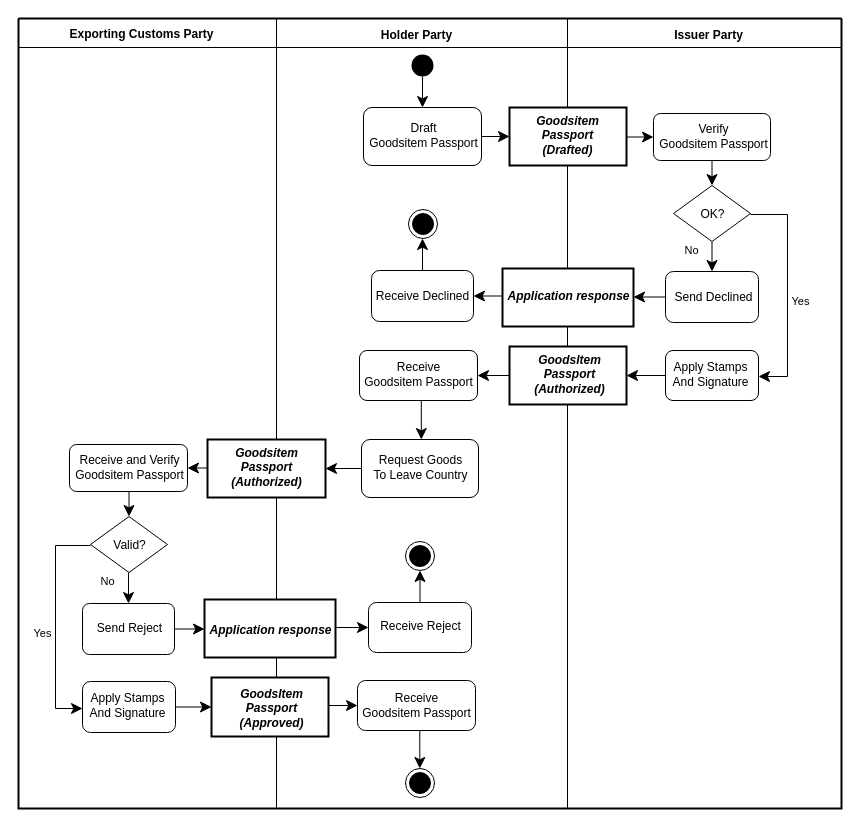
This is diagrams/UBL-2.3-GoodsItemPassportApprovalProcess/UBL-2.3-GoodsItemPassportApprovalProcess.drawio from kduvekot/ubl-work-on-svg-images, a draw.io file, before an edit. Source tidied: cells renumbered, new cells numbered last; positions are measured from the earlier drawing's top-left corner, leaving out a move shared by most shapes. Both pictures are drawn from the tidied source at 100%, with x=0, y=0 at pixel (18, 18).
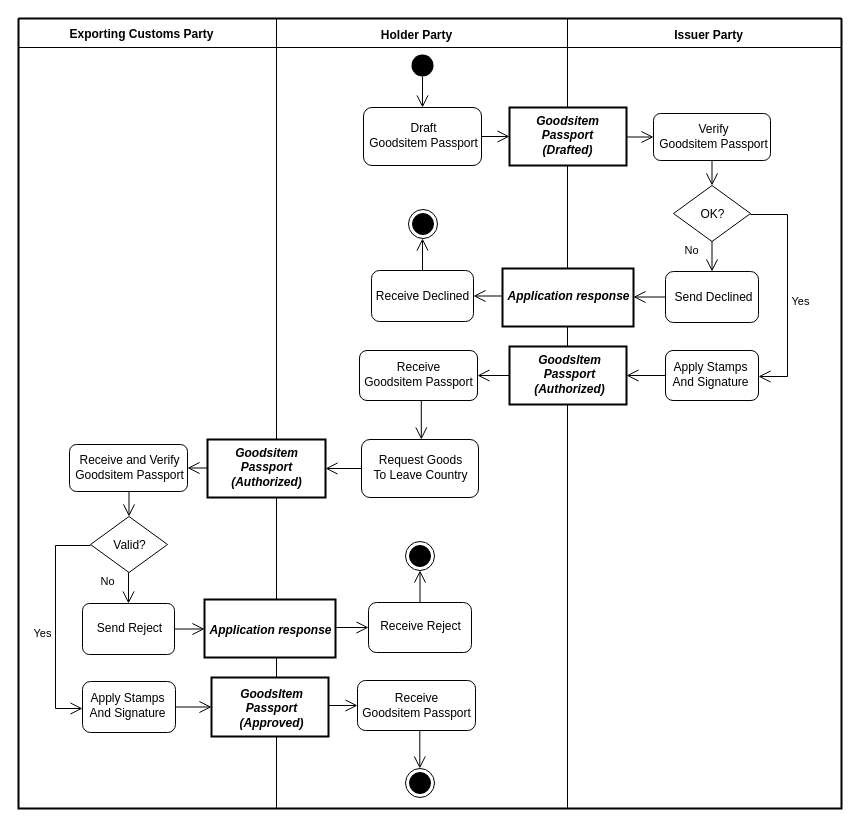
Above is the later version.

Unchanged cells that the change refers to:
```xml
<mxCell id="2" style="swimlane;html=1;startSize=0;whiteSpace=wrap;fillColor=none;strokeWidth=2;" parent="1" vertex="1">
<mxCell id="3" value="Exporting Customs Party" style="swimlane;horizontal=1;startSize=29;swimlaneLine=1;spacingTop=3;html=1;fillColor=none;fontStyle=1;spacing=0;spacingRight=12;" parent="2" vertex="1">
<mxCell id="4" value="Holder Party" style="swimlane;horizontal=1;startSize=29;swimlaneLine=1;spacingTop=4;html=1;fillColor=none;fontStyle=1;spacing=0;spacingRight=12;" parent="2" vertex="1">
<mxCell id="5" value="Issuer Party" style="swimlane;horizontal=1;startSize=29;swimlaneLine=1;spacingTop=4;html=1;fillColor=none;fontStyle=1;spacing=0;spacingLeft=8;" parent="2" vertex="1">
<mxCell id="6" style="ellipse;shape=startState;fillColor=#000000;strokeColor=none;html=1;" parent="4" vertex="1">
<mxCell id="7" value="Draft&lt;br&gt;Goodsitem Passport" style="rounded=1;absoluteArcSize=1;arcSize=17;html=1;whiteSpace=nowrap;fontStyle=0;align=center;verticalAlign=middle;spacing=0;spacingLeft=1;spacingBottom=2;" parent="4" vertex="1">
<mxCell id="8" value="Goodsitem&lt;br&gt;Passport&lt;br&gt;(Drafted)" style="rounded=0;html=1;whiteSpace=nowrap;fontStyle=3;align=center;verticalAlign=middle;spacing=0;spacingRight=1;spacingBottom=2;strokeWidth=2;" parent="5" vertex="1">
<mxCell id="9" value="Verify&lt;br&gt;Goodsitem Passport" style="rounded=1;absoluteArcSize=1;arcSize=14;html=1;whiteSpace=nowrap;fontStyle=0;align=center;verticalAlign=middle;spacing=0;spacingLeft=2;spacingBottom=2;" parent="5" vertex="1">
<mxCell id="10" value="OK?" style="rhombus;html=1;whiteSpace=nowrap;fontStyle=0;align=center;verticalAlign=middle;spacing=0;spacingLeft=1;spacingTop=1;" parent="5" vertex="1">
<mxCell id="11" style="ellipse;shape=endState;fillColor=#000000;html=1;" parent="4" vertex="1">
<mxCell id="12" value="Application response" style="rounded=0;html=1;whiteSpace=nowrap;fontStyle=3;align=center;verticalAlign=middle;spacing=0;spacingBottom=2;strokeWidth=2;" parent="5" vertex="1">
<mxCell id="13" value="Receive Declined" style="rounded=1;absoluteArcSize=1;arcSize=16;html=1;whiteSpace=nowrap;fontStyle=0;align=center;verticalAlign=middle;spacing=0;" parent="4" vertex="1">
<mxCell id="14" value="Send Declined" style="rounded=1;absoluteArcSize=1;arcSize=16;html=1;whiteSpace=nowrap;fontStyle=0;align=center;verticalAlign=middle;spacing=0;spacingLeft=2;" parent="5" vertex="1">
<mxCell id="15" value="GoodsItem&lt;br&gt;Passport&lt;br&gt;(Authorized)" style="rounded=0;html=1;whiteSpace=nowrap;fontStyle=3;align=center;verticalAlign=middle;spacing=0;spacingLeft=2;spacingBottom=2;strokeWidth=2;" parent="5" vertex="1">
<mxCell id="16" value="Receive&lt;br&gt;Goodsitem Passport" style="rounded=1;absoluteArcSize=1;arcSize=15;html=1;whiteSpace=nowrap;fontStyle=0;align=center;verticalAlign=middle;spacing=0;spacingRight=1;spacingBottom=2;" parent="4" vertex="1">
<mxCell id="17" value="Apply Stamps&lt;br&gt;And Signature" style="rounded=1;absoluteArcSize=1;arcSize=15;html=1;whiteSpace=nowrap;fontStyle=0;align=center;verticalAlign=middle;spacing=0;spacingRight=4;spacingBottom=2;" parent="5" vertex="1">
<mxCell id="18" value="Goodsitem&lt;br&gt;Passport&lt;br&gt;(Authorized)" style="rounded=0;html=1;whiteSpace=nowrap;fontStyle=3;align=center;verticalAlign=middle;spacing=0;spacingRight=1;spacingBottom=2;strokeWidth=2;" parent="4" vertex="1">
<mxCell id="19" value="Request Goods&lt;br&gt;To Leave Country" style="rounded=1;absoluteArcSize=1;arcSize=17;html=1;whiteSpace=nowrap;fontStyle=0;align=center;verticalAlign=middle;spacing=0;spacingBottom=2;" parent="4" vertex="1">
<mxCell id="20" value="Receive and Verify&lt;br&gt;Goodsitem Passport" style="rounded=1;absoluteArcSize=1;arcSize=14;html=1;whiteSpace=nowrap;fontStyle=0;align=center;verticalAlign=middle;spacing=0;spacingLeft=2;spacingBottom=2;" parent="3" vertex="1">
<mxCell id="21" value="Valid?" style="rhombus;html=1;whiteSpace=nowrap;fontStyle=0;align=center;verticalAlign=middle;spacing=0;spacingTop=2;" parent="3" vertex="1">
<mxCell id="22" style="ellipse;shape=endState;fillColor=#000000;html=1;" parent="4" vertex="1">
<mxCell id="23" value="Application response" style="rounded=0;html=1;whiteSpace=nowrap;fontStyle=3;align=center;verticalAlign=middle;spacing=0;spacingTop=3;strokeWidth=2;" parent="4" vertex="1">
<mxCell id="24" value="Send Reject" style="rounded=1;absoluteArcSize=1;arcSize=14;html=1;whiteSpace=nowrap;fontStyle=0;align=center;verticalAlign=middle;spacing=0;spacingLeft=2;spacingBottom=1;" parent="3" vertex="1">
<mxCell id="25" value="Receive Reject" style="rounded=1;absoluteArcSize=1;arcSize=16;html=1;whiteSpace=nowrap;fontStyle=0;align=center;verticalAlign=middle;spacing=0;spacingLeft=1;spacingBottom=2;" parent="4" vertex="1">
<mxCell id="26" value="GoodsItem&lt;br&gt;Passport&lt;br&gt;(Approved)" style="rounded=0;html=1;whiteSpace=nowrap;fontStyle=3;align=center;verticalAlign=middle;spacing=0;spacingLeft=2;spacingTop=2;strokeWidth=2;" parent="4" vertex="1">
<mxCell id="27" value="Apply Stamps&lt;br&gt;And Signature" style="rounded=1;absoluteArcSize=1;arcSize=16;html=1;whiteSpace=nowrap;fontStyle=0;align=center;verticalAlign=middle;spacing=0;spacingRight=3;spacingBottom=4;" parent="3" vertex="1">
<mxCell id="28" value="Receive&lt;br&gt;Goodsitem Passport" style="rounded=1;absoluteArcSize=1;arcSize=16;html=1;whiteSpace=nowrap;fontStyle=0;align=center;verticalAlign=middle;spacing=0;spacingRight=1;" parent="4" vertex="1">
<mxCell id="29" style="ellipse;shape=endState;fillColor=#000000;html=1;" parent="4" vertex="1">
```

What changed in the source:
```diff
@@
-    <mxCell id="30" style="edgeStyle=none;rounded=0;html=1;endArrow=classic;endFill=1;endSize=9;exitX=0.5;exitY=0.8675;exitPerimeter=0;entryX=0.5;entryY=0;entryPerimeter=0;" parent="4" edge="1" source="6" target="7">
+    <mxCell id="30" style="edgeStyle=none;rounded=0;html=1;endArrow=open;endFill=0;endSize=10;exitX=0.5;exitY=0.8675;exitPerimeter=0;entryX=0.5;entryY=0;entryPerimeter=0;" parent="4" edge="1" source="6" target="7">
       <mxGeometry relative="1" as="geometry" />
     </mxCell>
-    <mxCell id="31" style="edgeStyle=none;rounded=0;html=1;endArrow=classic;endFill=1;endSize=9;exitX=1;exitY=0.5;exitPerimeter=0;entryX=0;entryY=0.5;entryPerimeter=0;" parent="2" edge="1" source="7" target="8">
+    <mxCell id="31" style="edgeStyle=none;rounded=0;html=1;endArrow=open;endFill=0;endSize=10;exitX=1;exitY=0.5;exitPerimeter=0;entryX=0;entryY=0.5;entryPerimeter=0;" parent="2" edge="1" source="7" target="8">
       <mxGeometry relative="1" as="geometry" />
     </mxCell>
-    <mxCell id="32" style="edgeStyle=none;rounded=0;html=1;endArrow=classic;endFill=1;endSize=9;exitPerimeter=0;entryX=0;entryY=0.5;entryPerimeter=0;exitX=1;exitY=0.508621;" parent="5" edge="1" source="8" target="9">
+    <mxCell id="32" style="edgeStyle=none;rounded=0;html=1;endArrow=open;endFill=0;endSize=10;exitPerimeter=0;entryX=0;entryY=0.5;entryPerimeter=0;exitX=1;exitY=0.508621;" parent="5" edge="1" source="8" target="9">
       <mxGeometry relative="1" as="geometry" />
     </mxCell>
-    <mxCell id="33" style="edgeStyle=none;rounded=0;html=1;endArrow=classic;endFill=1;endSize=9;exitX=0.5;exitY=1;exitPerimeter=0;entryX=0.5;entryY=0;entryPerimeter=0;" parent="5" edge="1" source="9" target="10">
+    <mxCell id="33" style="edgeStyle=none;rounded=0;html=1;endArrow=open;endFill=0;endSize=10;exitX=0.5;exitY=1;exitPerimeter=0;entryX=0.5;entryY=0;entryPerimeter=0;" parent="5" edge="1" source="9" target="10">
       <mxGeometry relative="1" as="geometry" />
     </mxCell>
-    <mxCell id="34" value="Yes" style="edgeStyle=orthogonalEdgeStyle;rounded=0;html=1;endArrow=classic;endFill=1;endSize=9;exitPerimeter=0;entryPerimeter=0;fontStyle=0;align=center;verticalAlign=middle;labelBackgroundColor=none;exitX=1;exitY=0.517857;entryX=1;entryY=0.52;" parent="5" edge="1" source="10" target="17">
+    <mxCell id="34" value="Yes" style="edgeStyle=orthogonalEdgeStyle;rounded=0;html=1;endArrow=open;endFill=0;endSize=10;exitPerimeter=0;entryPerimeter=0;fontStyle=0;align=center;verticalAlign=middle;labelBackgroundColor=none;exitX=1;exitY=0.517857;entryX=1;entryY=0.52;" parent="5" edge="1" source="10" target="17">
       <mxGeometry x="0.09" relative="1" as="geometry">
         <Array as="points">
           <mxPoint x="220" y="196" />
           <mxPoint x="220" y="358" />
         </Array>
         <mxPoint x="13" as="offset" />
       </mxGeometry>
     </mxCell>
-    <mxCell id="35" style="edgeStyle=none;rounded=0;html=1;endArrow=classic;endFill=1;endSize=9;exitX=0.5;exitY=0;exitPerimeter=0;entryPerimeter=0;entryX=0.482759;entryY=1;" parent="4" edge="1" source="13" target="11">
+    <mxCell id="35" style="edgeStyle=none;rounded=0;html=1;endArrow=open;endFill=0;endSize=10;exitX=0.5;exitY=0;exitPerimeter=0;entryPerimeter=0;entryX=0.482759;entryY=1;" parent="4" edge="1" source="13" target="11">
       <mxGeometry relative="1" as="geometry" />
     </mxCell>
-    <mxCell id="36" value="No" style="edgeStyle=none;rounded=0;html=1;endArrow=classic;endFill=1;endSize=9;exitX=0.5;exitY=1;exitPerimeter=0;entryX=0.5;entryY=0;entryPerimeter=0;fontStyle=0;align=center;verticalAlign=middle;labelBackgroundColor=none;" parent="5" edge="1" source="10" target="14">
+    <mxCell id="36" value="No" style="edgeStyle=none;rounded=0;html=1;endArrow=open;endFill=0;endSize=10;exitX=0.5;exitY=1;exitPerimeter=0;entryX=0.5;entryY=0;entryPerimeter=0;fontStyle=0;align=center;verticalAlign=middle;labelBackgroundColor=none;" parent="5" edge="1" source="10" target="14">
       <mxGeometry x="-0.41" relative="1" as="geometry">
         <mxPoint x="-21" as="offset" />
       </mxGeometry>
     </mxCell>
-    <mxCell id="37" style="edgeStyle=none;rounded=0;html=1;endArrow=classic;endFill=1;endSize=9;exitPerimeter=0;entryX=1;entryY=0.5;entryPerimeter=0;exitX=0;exitY=0.474138;" parent="2" edge="1" source="12" target="13">
+    <mxCell id="37" style="edgeStyle=none;rounded=0;html=1;endArrow=open;endFill=0;endSize=10;exitPerimeter=0;entryX=1;entryY=0.5;entryPerimeter=0;exitX=0;exitY=0.474138;" parent="2" edge="1" source="12" target="13">
       <mxGeometry relative="1" as="geometry" />
     </mxCell>
-    <mxCell id="38" style="edgeStyle=none;rounded=0;html=1;endArrow=classic;endFill=1;endSize=9;exitX=0;exitY=0.5;exitPerimeter=0;entryPerimeter=0;entryX=1;entryY=0.491379;" parent="5" edge="1" source="14" target="12">
+    <mxCell id="38" style="edgeStyle=none;rounded=0;html=1;endArrow=open;endFill=0;endSize=10;exitX=0;exitY=0.5;exitPerimeter=0;entryPerimeter=0;entryX=1;entryY=0.491379;" parent="5" edge="1" source="14" target="12">
       <mxGeometry relative="1" as="geometry" />
     </mxCell>
-    <mxCell id="39" style="edgeStyle=none;rounded=0;html=1;endArrow=classic;endFill=1;endSize=9;exitX=0;exitY=0.5;exitPerimeter=0;entryX=1;entryY=0.5;entryPerimeter=0;" parent="2" edge="1" source="15" target="16">
+    <mxCell id="39" style="edgeStyle=none;rounded=0;html=1;endArrow=open;endFill=0;endSize=10;exitX=0;exitY=0.5;exitPerimeter=0;entryX=1;entryY=0.5;entryPerimeter=0;" parent="2" edge="1" source="15" target="16">
       <mxGeometry relative="1" as="geometry" />
     </mxCell>
-    <mxCell id="40" style="edgeStyle=none;rounded=0;html=1;endArrow=classic;endFill=1;endSize=9;exitX=0;exitY=0.5;exitPerimeter=0;entryX=1;entryY=0.5;entryPerimeter=0;" parent="5" edge="1" source="17" target="15">
+    <mxCell id="40" style="edgeStyle=none;rounded=0;html=1;endArrow=open;endFill=0;endSize=10;exitX=0;exitY=0.5;exitPerimeter=0;entryX=1;entryY=0.5;entryPerimeter=0;" parent="5" edge="1" source="17" target="15">
       <mxGeometry relative="1" as="geometry" />
     </mxCell>
-    <mxCell id="41" style="edgeStyle=none;rounded=0;html=1;endArrow=classic;endFill=1;endSize=9;exitPerimeter=0;entryX=0.5111;entryY=0;entryPerimeter=0;exitX=0.523718;exitY=1;" parent="4" edge="1" source="16" target="19">
+    <mxCell id="41" style="edgeStyle=none;rounded=0;html=1;endArrow=open;endFill=0;endSize=10;exitPerimeter=0;entryX=0.5111;entryY=0;entryPerimeter=0;exitX=0.523718;exitY=1;" parent="4" edge="1" source="16" target="19">
       <mxGeometry relative="1" as="geometry" />
     </mxCell>
-    <mxCell id="42" style="edgeStyle=none;rounded=0;html=1;endArrow=classic;endFill=1;endSize=9;exitX=0;exitY=0.5;exitPerimeter=0;entryX=1;entryY=0.5;entryPerimeter=0;" parent="4" edge="1" source="19" target="18">
+    <mxCell id="42" style="edgeStyle=none;rounded=0;html=1;endArrow=open;endFill=0;endSize=10;exitX=0;exitY=0.5;exitPerimeter=0;entryX=1;entryY=0.5;entryPerimeter=0;" parent="4" edge="1" source="19" target="18">
       <mxGeometry relative="1" as="geometry" />
     </mxCell>
-    <mxCell id="43" style="edgeStyle=none;rounded=0;html=1;endArrow=classic;endFill=1;endSize=9;exitPerimeter=0;entryX=1;entryY=0.5;entryPerimeter=0;exitX=0;exitY=0.491379;" parent="2" edge="1" source="18" target="20">
+    <mxCell id="43" style="edgeStyle=none;rounded=0;html=1;endArrow=open;endFill=0;endSize=10;exitPerimeter=0;entryX=1;entryY=0.5;entryPerimeter=0;exitX=0;exitY=0.491379;" parent="2" edge="1" source="18" target="20">
       <mxGeometry relative="1" as="geometry" />
     </mxCell>
-    <mxCell id="44" style="edgeStyle=none;rounded=0;html=1;endArrow=classic;endFill=1;endSize=9;exitPerimeter=0;entryX=0.5;entryY=0;entryPerimeter=0;exitX=0.504237;exitY=1;" parent="3" edge="1" source="20" target="21">
+    <mxCell id="44" style="edgeStyle=none;rounded=0;html=1;endArrow=open;endFill=0;endSize=10;exitPerimeter=0;entryX=0.5;entryY=0;entryPerimeter=0;exitX=0.504237;exitY=1;" parent="3" edge="1" source="20" target="21">
       <mxGeometry relative="1" as="geometry" />
     </mxCell>
-    <mxCell id="45" value="Yes" style="edgeStyle=orthogonalEdgeStyle;rounded=0;html=1;endArrow=classic;endFill=1;endSize=9;exitPerimeter=0;entryPerimeter=0;fontStyle=0;align=center;verticalAlign=middle;labelBackgroundColor=none;exitX=0;exitY=0.517857;entryX=0;entryY=0.529412;" parent="3" edge="1" source="21" target="27">
+    <mxCell id="45" value="Yes" style="edgeStyle=orthogonalEdgeStyle;rounded=0;html=1;endArrow=open;endFill=0;endSize=10;exitPerimeter=0;entryPerimeter=0;fontStyle=0;align=center;verticalAlign=middle;labelBackgroundColor=none;exitX=0;exitY=0.517857;entryX=0;entryY=0.529412;" parent="3" edge="1" source="21" target="27">
       <mxGeometry x="0.09" relative="1" as="geometry">
         <Array as="points">
           <mxPoint x="37" y="527" />
           <mxPoint x="37" y="690" />
         </Array>
         <mxPoint x="-13" as="offset" />
       </mxGeometry>
     </mxCell>
-    <mxCell id="46" style="edgeStyle=none;rounded=0;html=1;endArrow=classic;endFill=1;endSize=9;exitX=0.5;exitY=0;exitPerimeter=0;entryPerimeter=0;entryX=0.5;entryY=1;" parent="4" edge="1" source="25" target="22">
+    <mxCell id="46" style="edgeStyle=none;rounded=0;html=1;endArrow=open;endFill=0;endSize=10;exitX=0.5;exitY=0;exitPerimeter=0;entryPerimeter=0;entryX=0.5;entryY=1;" parent="4" edge="1" source="25" target="22">
       <mxGeometry relative="1" as="geometry" />
     </mxCell>
-    <mxCell id="47" value="No" style="edgeStyle=none;rounded=0;html=1;endArrow=classic;endFill=1;endSize=9;exitPerimeter=0;entryX=0.5;entryY=0;entryPerimeter=0;fontStyle=0;align=center;verticalAlign=middle;labelBackgroundColor=none;exitX=0.493506;exitY=1;" parent="3" edge="1" source="21" target="24">
+    <mxCell id="47" value="No" style="edgeStyle=none;rounded=0;html=1;endArrow=open;endFill=0;endSize=10;exitPerimeter=0;entryX=0.5;entryY=0;entryPerimeter=0;fontStyle=0;align=center;verticalAlign=middle;labelBackgroundColor=none;exitX=0.493506;exitY=1;" parent="3" edge="1" source="21" target="24">
       <mxGeometry x="-0.41" relative="1" as="geometry">
         <mxPoint x="-21" as="offset" />
       </mxGeometry>
     </mxCell>
-    <mxCell id="48" style="edgeStyle=none;rounded=0;html=1;endArrow=classic;endFill=1;endSize=9;exitPerimeter=0;entryX=0;entryY=0.5;entryPerimeter=0;exitX=1;exitY=0.482759;" parent="4" edge="1" source="23" target="25">
+    <mxCell id="48" style="edgeStyle=none;rounded=0;html=1;endArrow=open;endFill=0;endSize=10;exitPerimeter=0;entryX=0;entryY=0.5;entryPerimeter=0;exitX=1;exitY=0.482759;" parent="4" edge="1" source="23" target="25">
       <mxGeometry relative="1" as="geometry" />
     </mxCell>
-    <mxCell id="49" style="edgeStyle=none;rounded=0;html=1;endArrow=classic;endFill=1;endSize=9;exitX=1;exitY=0.5;exitPerimeter=0;entryPerimeter=0;entryX=0;entryY=0.508621;" parent="2" edge="1" source="24" target="23">
+    <mxCell id="49" style="edgeStyle=none;rounded=0;html=1;endArrow=open;endFill=0;endSize=10;exitX=1;exitY=0.5;exitPerimeter=0;entryPerimeter=0;entryX=0;entryY=0.508621;" parent="2" edge="1" source="24" target="23">
       <mxGeometry relative="1" as="geometry" />
     </mxCell>
-    <mxCell id="50" style="edgeStyle=none;rounded=0;html=1;endArrow=classic;endFill=1;endSize=9;exitPerimeter=0;entryX=0;entryY=0.5;entryPerimeter=0;exitX=1;exitY=0.474576;" parent="4" edge="1" source="26" target="28">
+    <mxCell id="50" style="edgeStyle=none;rounded=0;html=1;endArrow=open;endFill=0;endSize=10;exitPerimeter=0;entryX=0;entryY=0.5;entryPerimeter=0;exitX=1;exitY=0.474576;" parent="4" edge="1" source="26" target="28">
       <mxGeometry relative="1" as="geometry" />
     </mxCell>
-    <mxCell id="51" style="edgeStyle=none;rounded=0;html=1;endArrow=classic;endFill=1;endSize=9;exitX=1;exitY=0.5;exitPerimeter=0;entryX=0;entryY=0.5;entryPerimeter=0;" parent="2" edge="1" source="27" target="26">
+    <mxCell id="51" style="edgeStyle=none;rounded=0;html=1;endArrow=open;endFill=0;endSize=10;exitX=1;exitY=0.5;exitPerimeter=0;entryX=0;entryY=0.5;entryPerimeter=0;" parent="2" edge="1" source="27" target="26">
       <mxGeometry relative="1" as="geometry" />
     </mxCell>
-    <mxCell id="52" style="edgeStyle=none;rounded=0;html=1;endArrow=classic;endFill=1;endSize=9;exitPerimeter=0;entryX=0.4932;entryY=0;entryPerimeter=0;exitX=0.527989;exitY=1;" parent="4" edge="1" source="28" target="29">
+    <mxCell id="52" style="edgeStyle=none;rounded=0;html=1;endArrow=open;endFill=0;endSize=10;exitPerimeter=0;entryX=0.4932;entryY=0;entryPerimeter=0;exitX=0.527989;exitY=1;" parent="4" edge="1" source="28" target="29">
       <mxGeometry relative="1" as="geometry" />
     </mxCell>
```
